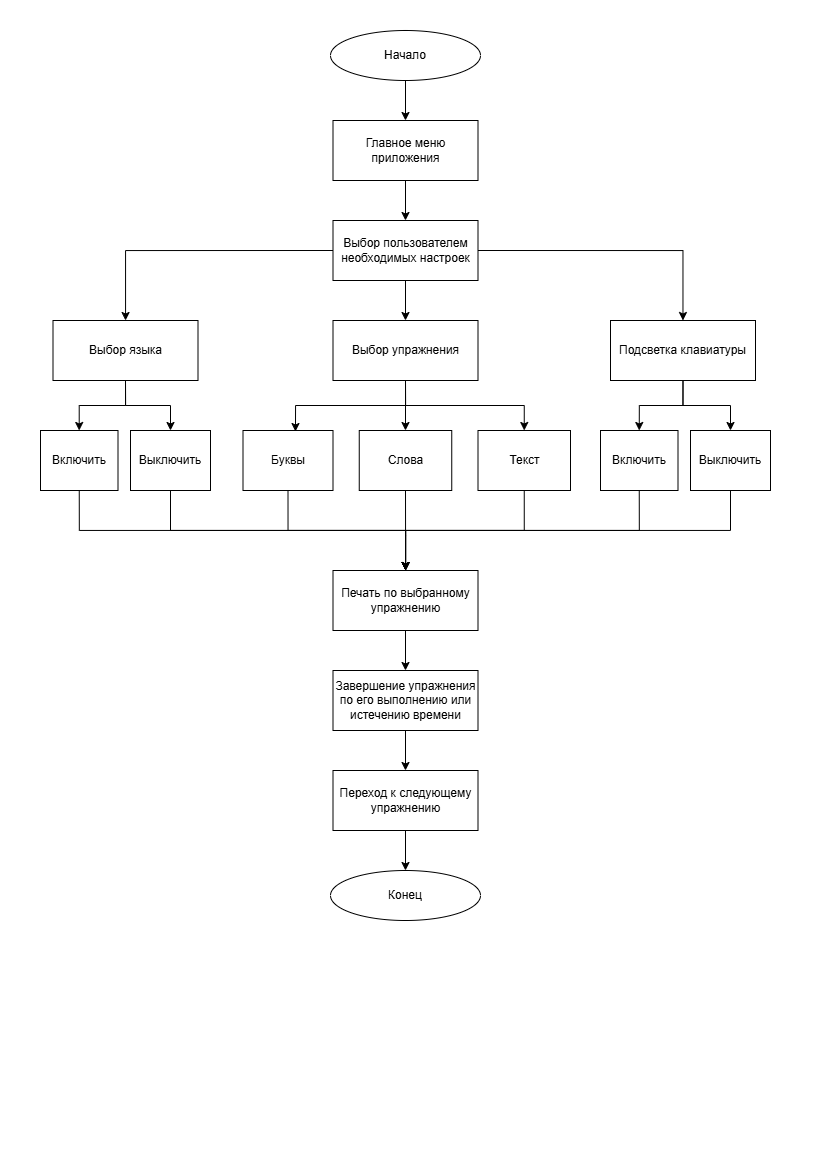
Before: Путь пользователя.png, a diagram exported from draw.io (cans1z/Keyboard-trainer). Source tidied: cells renumbered, new cells last; positions are measured from the earlier drawing's top-left corner, leaving out a move shared by most shapes.
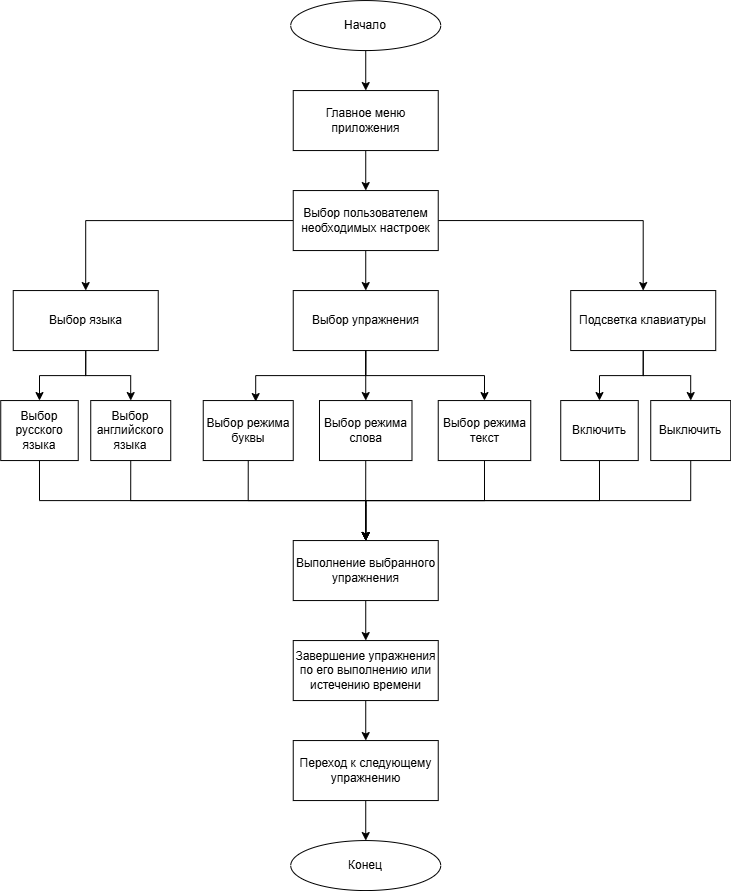
After the change.

What changed in the source:
```diff
@@ -26,86 +26,86 @@
     <mxCell id="9" value="Выбор пользователем необходимых настроек" style="rounded=0;whiteSpace=wrap;html=1;" parent="1" vertex="1">
       <mxGeometry x="292.5" y="190" width="145" height="60" as="geometry" />
     </mxCell>
-    <mxCell id="10" style="edgeStyle=orthogonalEdgeStyle;rounded=0;jettySize=auto;html=1;exitX=0.5;exitY=1;exitDx=0;exitDy=0;" parent="1" edge="1" source="12" target="33">
-      <mxGeometry relative="1" as="geometry" />
-    </mxCell>
-    <mxCell id="11" style="edgeStyle=orthogonalEdgeStyle;rounded=0;jettySize=auto;html=1;exitX=0.5;exitY=1;exitDx=0;exitDy=0;" parent="1" edge="1" source="12" target="35">
-      <mxGeometry relative="1" as="geometry" />
-    </mxCell>
+    <mxCell id="41" style="edgeStyle=orthogonalEdgeStyle;rounded=0;jettySize=auto;html=1;exitX=0.5;exitY=1;exitDx=0;exitDy=0;" parent="1" edge="1" source="12" target="61">
+      <mxGeometry relative="1" as="geometry" />
+    </mxCell>
+    <mxCell id="42" style="edgeStyle=orthogonalEdgeStyle;rounded=0;jettySize=auto;html=1;exitX=0.5;exitY=1;exitDx=0;exitDy=0;" parent="1" edge="1" source="12" target="63">
+      <mxGeometry relative="1" as="geometry" />
+    </mxCell>
     <mxCell id="12" value="Выбор языка" style="rounded=0;whiteSpace=wrap;html=1;" parent="1" vertex="1">
       <mxGeometry x="12.5" y="290" width="145" height="60" as="geometry" />
     </mxCell>
-    <mxCell id="13" style="edgeStyle=orthogonalEdgeStyle;rounded=0;jettySize=auto;html=1;exitX=0.5;exitY=1;exitDx=0;exitDy=0;entryX=0.5;entryY=0;entryDx=0;entryDy=0;" parent="1" edge="1" source="15" target="26">
-      <mxGeometry relative="1" as="geometry" />
-    </mxCell>
-    <mxCell id="14" style="edgeStyle=orthogonalEdgeStyle;rounded=0;jettySize=auto;html=1;exitX=0.5;exitY=1;exitDx=0;exitDy=0;entryX=0.5;entryY=0;entryDx=0;entryDy=0;" parent="1" edge="1" source="15" target="28">
-      <mxGeometry relative="1" as="geometry" />
-    </mxCell>
+    <mxCell id="43" style="edgeStyle=orthogonalEdgeStyle;rounded=0;jettySize=auto;html=1;exitX=0.5;exitY=1;exitDx=0;exitDy=0;entryX=0.5;entryY=0;entryDx=0;entryDy=0;" parent="1" edge="1" source="15" target="54">
+      <mxGeometry relative="1" as="geometry" />
+    </mxCell>
+    <mxCell id="44" style="edgeStyle=orthogonalEdgeStyle;rounded=0;jettySize=auto;html=1;exitX=0.5;exitY=1;exitDx=0;exitDy=0;entryX=0.5;entryY=0;entryDx=0;entryDy=0;" parent="1" edge="1" source="15" target="56">
+      <mxGeometry relative="1" as="geometry" />
+    </mxCell>
     <mxCell id="15" value="Выбор упражнения" style="rounded=0;whiteSpace=wrap;html=1;" parent="1" vertex="1">
       <mxGeometry x="292.5" y="290" width="145" height="60" as="geometry" />
     </mxCell>
-    <mxCell id="16" style="edgeStyle=orthogonalEdgeStyle;rounded=0;jettySize=auto;html=1;exitX=0.5;exitY=1;exitDx=0;exitDy=0;entryX=0.5;entryY=0;entryDx=0;entryDy=0;" parent="1" edge="1" source="18" target="22">
-      <mxGeometry relative="1" as="geometry" />
-    </mxCell>
-    <mxCell id="17" style="edgeStyle=orthogonalEdgeStyle;rounded=0;jettySize=auto;html=1;exitX=0.5;exitY=1;exitDx=0;exitDy=0;" parent="1" edge="1" source="18" target="24">
-      <mxGeometry relative="1" as="geometry" />
-    </mxCell>
+    <mxCell id="45" style="edgeStyle=orthogonalEdgeStyle;rounded=0;jettySize=auto;html=1;exitX=0.5;exitY=1;exitDx=0;exitDy=0;entryX=0.5;entryY=0;entryDx=0;entryDy=0;" parent="1" edge="1" source="18" target="50">
+      <mxGeometry relative="1" as="geometry" />
+    </mxCell>
+    <mxCell id="46" style="edgeStyle=orthogonalEdgeStyle;rounded=0;jettySize=auto;html=1;exitX=0.5;exitY=1;exitDx=0;exitDy=0;" parent="1" edge="1" source="18" target="52">
+      <mxGeometry relative="1" as="geometry" />
+    </mxCell>
     <mxCell id="18" value="Подсветка клавиатуры" style="rounded=0;whiteSpace=wrap;html=1;" parent="1" vertex="1">
       <mxGeometry x="570" y="290" width="145" height="60" as="geometry" />
     </mxCell>
-    <mxCell id="19" style="edgeStyle=orthogonalEdgeStyle;rounded=0;jettySize=auto;html=1;exitX=0.5;exitY=1;exitDx=0;exitDy=0;" parent="1" edge="1" source="20" target="30">
-      <mxGeometry relative="1" as="geometry" />
-    </mxCell>
-    <mxCell id="20" value="Буквы" style="rounded=0;whiteSpace=wrap;html=1;" parent="1" vertex="1">
-      <mxGeometry x="202.5" y="400" width="90" height="60" as="geometry" />
-    </mxCell>
-    <mxCell id="21" style="edgeStyle=orthogonalEdgeStyle;rounded=0;jettySize=auto;html=1;exitX=0.5;exitY=1;exitDx=0;exitDy=0;" parent="1" edge="1" source="22" target="30">
-      <mxGeometry relative="1" as="geometry" />
-    </mxCell>
-    <mxCell id="22" value="Включить" style="rounded=0;whiteSpace=wrap;html=1;" parent="1" vertex="1">
-      <mxGeometry x="560" y="400" width="77.5" height="60" as="geometry" />
-    </mxCell>
-    <mxCell id="23" style="edgeStyle=orthogonalEdgeStyle;rounded=0;jettySize=auto;html=1;exitX=0.5;exitY=1;exitDx=0;exitDy=0;" parent="1" edge="1" source="24" target="30">
-      <mxGeometry relative="1" as="geometry" />
-    </mxCell>
-    <mxCell id="24" value="Выключить" style="rounded=0;whiteSpace=wrap;html=1;" parent="1" vertex="1">
-      <mxGeometry x="650" y="400" width="80" height="60" as="geometry" />
-    </mxCell>
-    <mxCell id="25" style="edgeStyle=orthogonalEdgeStyle;rounded=0;jettySize=auto;html=1;exitX=0.5;exitY=1;exitDx=0;exitDy=0;" parent="1" edge="1" source="26">
-      <mxGeometry relative="1" as="geometry">
-        <mxPoint x="365" y="550" as="targetPoint" />
-      </mxGeometry>
-    </mxCell>
-    <mxCell id="26" value="Слова" style="rounded=0;whiteSpace=wrap;html=1;" parent="1" vertex="1">
-      <mxGeometry x="318.8" y="400" width="92.5" height="60" as="geometry" />
-    </mxCell>
-    <mxCell id="27" style="edgeStyle=orthogonalEdgeStyle;rounded=0;jettySize=auto;html=1;exitX=0.5;exitY=1;exitDx=0;exitDy=0;" parent="1" edge="1" source="28" target="30">
-      <mxGeometry relative="1" as="geometry" />
-    </mxCell>
-    <mxCell id="28" value="Текст" style="rounded=0;whiteSpace=wrap;html=1;" parent="1" vertex="1">
-      <mxGeometry x="437.5" y="400" width="92.5" height="60" as="geometry" />
-    </mxCell>
-    <mxCell id="29" style="edgeStyle=orthogonalEdgeStyle;rounded=0;jettySize=auto;html=1;exitX=0.5;exitY=1;exitDx=0;exitDy=0;" parent="1" edge="1" source="30" target="37">
-      <mxGeometry relative="1" as="geometry" />
-    </mxCell>
-    <mxCell id="30" value="Печать по выбранному упражнению" style="rounded=0;whiteSpace=wrap;html=1;" parent="1" vertex="1">
-      <mxGeometry x="292.5" y="540" width="145" height="60" as="geometry" />
-    </mxCell>
-    <mxCell id="31" style="edgeStyle=orthogonalEdgeStyle;rounded=0;jettySize=auto;html=1;exitX=0.5;exitY=1;exitDx=0;exitDy=0;entryX=0.583;entryY=0.017;entryDx=0;entryDy=0;entryPerimeter=0;" parent="1" edge="1" source="15" target="20">
-      <mxGeometry relative="1" as="geometry" />
-    </mxCell>
-    <mxCell id="32" style="edgeStyle=orthogonalEdgeStyle;rounded=0;jettySize=auto;html=1;exitX=0.5;exitY=1;exitDx=0;exitDy=0;" parent="1" edge="1" source="33" target="30">
-      <mxGeometry relative="1" as="geometry" />
-    </mxCell>
-    <mxCell id="33" value="Включить" style="rounded=0;whiteSpace=wrap;html=1;" parent="1" vertex="1">
-      <mxGeometry y="400" width="77.5" height="60" as="geometry" />
-    </mxCell>
-    <mxCell id="34" style="edgeStyle=orthogonalEdgeStyle;rounded=0;jettySize=auto;html=1;exitX=0.5;exitY=1;exitDx=0;exitDy=0;" parent="1" edge="1" source="35" target="30">
-      <mxGeometry relative="1" as="geometry" />
-    </mxCell>
-    <mxCell id="35" value="Выключить" style="rounded=0;whiteSpace=wrap;html=1;" parent="1" vertex="1">
-      <mxGeometry x="90" y="400" width="80" height="60" as="geometry" />
-    </mxCell>
+    <mxCell id="47" style="edgeStyle=orthogonalEdgeStyle;rounded=0;jettySize=auto;html=1;exitX=0.5;exitY=1;exitDx=0;exitDy=0;" parent="1" edge="1" source="48" target="58">
+      <mxGeometry relative="1" as="geometry" />
+    </mxCell>
+    <mxCell id="48" value="Выбор режима буквы" style="rounded=0;whiteSpace=wrap;html=1;" parent="1" vertex="1">
+      <mxGeometry x="202.5" y="400" width="90" height="60" as="geometry" />
+    </mxCell>
+    <mxCell id="49" style="edgeStyle=orthogonalEdgeStyle;rounded=0;jettySize=auto;html=1;exitX=0.5;exitY=1;exitDx=0;exitDy=0;" parent="1" edge="1" source="50" target="58">
+      <mxGeometry relative="1" as="geometry" />
+    </mxCell>
+    <mxCell id="50" value="Включить" style="rounded=0;whiteSpace=wrap;html=1;" parent="1" vertex="1">
+      <mxGeometry x="560" y="400" width="77.5" height="60" as="geometry" />
+    </mxCell>
+    <mxCell id="51" style="edgeStyle=orthogonalEdgeStyle;rounded=0;jettySize=auto;html=1;exitX=0.5;exitY=1;exitDx=0;exitDy=0;" parent="1" edge="1" source="52" target="58">
+      <mxGeometry relative="1" as="geometry" />
+    </mxCell>
+    <mxCell id="52" value="Выключить" style="rounded=0;whiteSpace=wrap;html=1;" parent="1" vertex="1">
+      <mxGeometry x="650" y="400" width="80" height="60" as="geometry" />
+    </mxCell>
+    <mxCell id="53" style="edgeStyle=orthogonalEdgeStyle;rounded=0;jettySize=auto;html=1;exitX=0.5;exitY=1;exitDx=0;exitDy=0;" parent="1" edge="1" source="54">
+      <mxGeometry relative="1" as="geometry">
+        <mxPoint x="365" y="550" as="targetPoint" />
+      </mxGeometry>
+    </mxCell>
+    <mxCell id="54" value="Выбор режима слова" style="rounded=0;whiteSpace=wrap;html=1;" parent="1" vertex="1">
+      <mxGeometry x="318.8" y="400" width="92.5" height="60" as="geometry" />
+    </mxCell>
+    <mxCell id="55" style="edgeStyle=orthogonalEdgeStyle;rounded=0;jettySize=auto;html=1;exitX=0.5;exitY=1;exitDx=0;exitDy=0;" parent="1" edge="1" source="56" target="58">
+      <mxGeometry relative="1" as="geometry" />
+    </mxCell>
+    <mxCell id="56" value="Выбор режима текст" style="rounded=0;whiteSpace=wrap;html=1;" parent="1" vertex="1">
+      <mxGeometry x="437.5" y="400" width="92.5" height="60" as="geometry" />
+    </mxCell>
+    <mxCell id="57" style="edgeStyle=orthogonalEdgeStyle;rounded=0;jettySize=auto;html=1;exitX=0.5;exitY=1;exitDx=0;exitDy=0;" parent="1" edge="1" source="58" target="37">
+      <mxGeometry relative="1" as="geometry" />
+    </mxCell>
+    <mxCell id="58" value="Выполнение выбранного упражнения" style="rounded=0;whiteSpace=wrap;html=1;" parent="1" vertex="1">
+      <mxGeometry x="292.5" y="540" width="145" height="60" as="geometry" />
+    </mxCell>
+    <mxCell id="59" style="edgeStyle=orthogonalEdgeStyle;rounded=0;jettySize=auto;html=1;exitX=0.5;exitY=1;exitDx=0;exitDy=0;entryX=0.583;entryY=0.017;entryDx=0;entryDy=0;entryPerimeter=0;" parent="1" edge="1" source="15" target="48">
+      <mxGeometry relative="1" as="geometry" />
+    </mxCell>
+    <mxCell id="60" style="edgeStyle=orthogonalEdgeStyle;rounded=0;jettySize=auto;html=1;exitX=0.5;exitY=1;exitDx=0;exitDy=0;" parent="1" edge="1" source="61" target="58">
+      <mxGeometry relative="1" as="geometry" />
+    </mxCell>
+    <mxCell id="61" value="Выбор русского языка" style="rounded=0;whiteSpace=wrap;html=1;" parent="1" vertex="1">
+      <mxGeometry y="400" width="77.5" height="60" as="geometry" />
+    </mxCell>
+    <mxCell id="62" style="edgeStyle=orthogonalEdgeStyle;rounded=0;jettySize=auto;html=1;exitX=0.5;exitY=1;exitDx=0;exitDy=0;" parent="1" edge="1" source="63" target="58">
+      <mxGeometry relative="1" as="geometry" />
+    </mxCell>
+    <mxCell id="63" value="Выбор английского языка" style="rounded=0;whiteSpace=wrap;html=1;" parent="1" vertex="1">
+      <mxGeometry x="90" y="400" width="80" height="60" as="geometry" />
+    </mxCell>
     <mxCell id="36" style="edgeStyle=orthogonalEdgeStyle;rounded=0;jettySize=auto;html=1;exitX=0.5;exitY=1;exitDx=0;exitDy=0;" parent="1" edge="1" source="37" target="39">
       <mxGeometry relative="1" as="geometry" />
     </mxCell>
```
